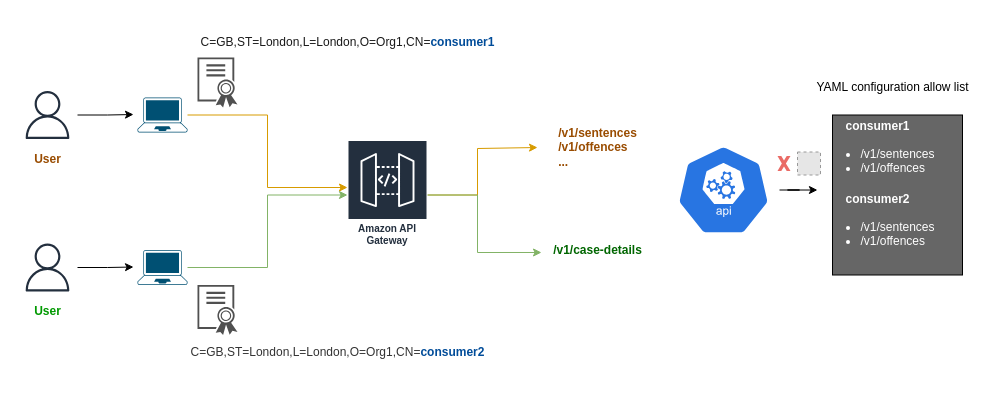
Earlier version of the draw.io diagram docs/diagrams/integration_api_auth.drawio (ministryofjustice/hmpps-integration-api). Source tidied: cells renumbered, new cells numbered last; positions are measured from the earlier drawing's top-left corner, leaving out a move shared by most shapes. Both pictures are drawn from the tidied source at 100%, with x=0, y=0 at pixel (17, 17). Pictures stored in the file or linked from it are replaced by grey dashed boxes.
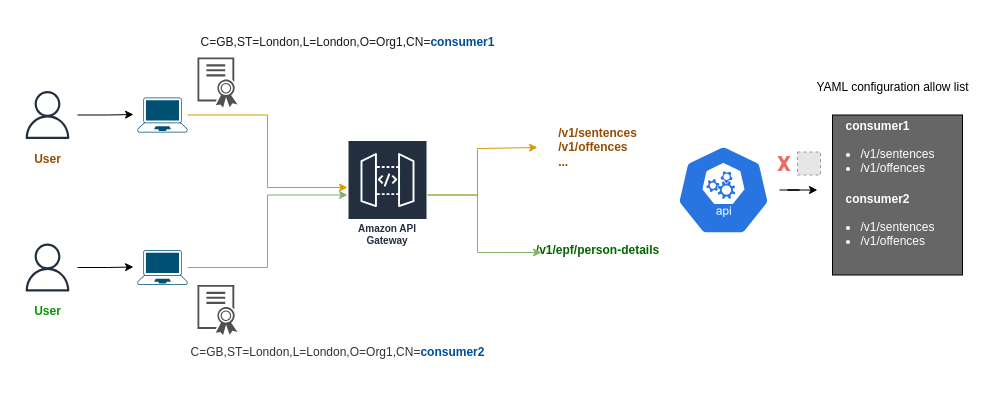
Above is the later version.

What changed in the source:
```diff
@@
-    <mxCell id="15" value="&lt;b&gt;&lt;font color=&quot;#006600&quot;&gt;/v1/case-details&lt;/font&gt;&lt;/b&gt;" style="text;html=1;align=center;verticalAlign=middle;points=[];strokeColor=none;fillColor=none;" parent="1" vertex="1">
+    <mxCell id="15" value="&lt;b&gt;&lt;font color=&quot;#006600&quot;&gt;/v1/epf/person-details&lt;/font&gt;&lt;/b&gt;" style="text;html=1;align=center;verticalAlign=middle;points=[];strokeColor=none;fillColor=none;" parent="1" vertex="1">
       <mxGeometry x="525" y="217.5" width="110" height="30" as="geometry" />
     </mxCell>
```
